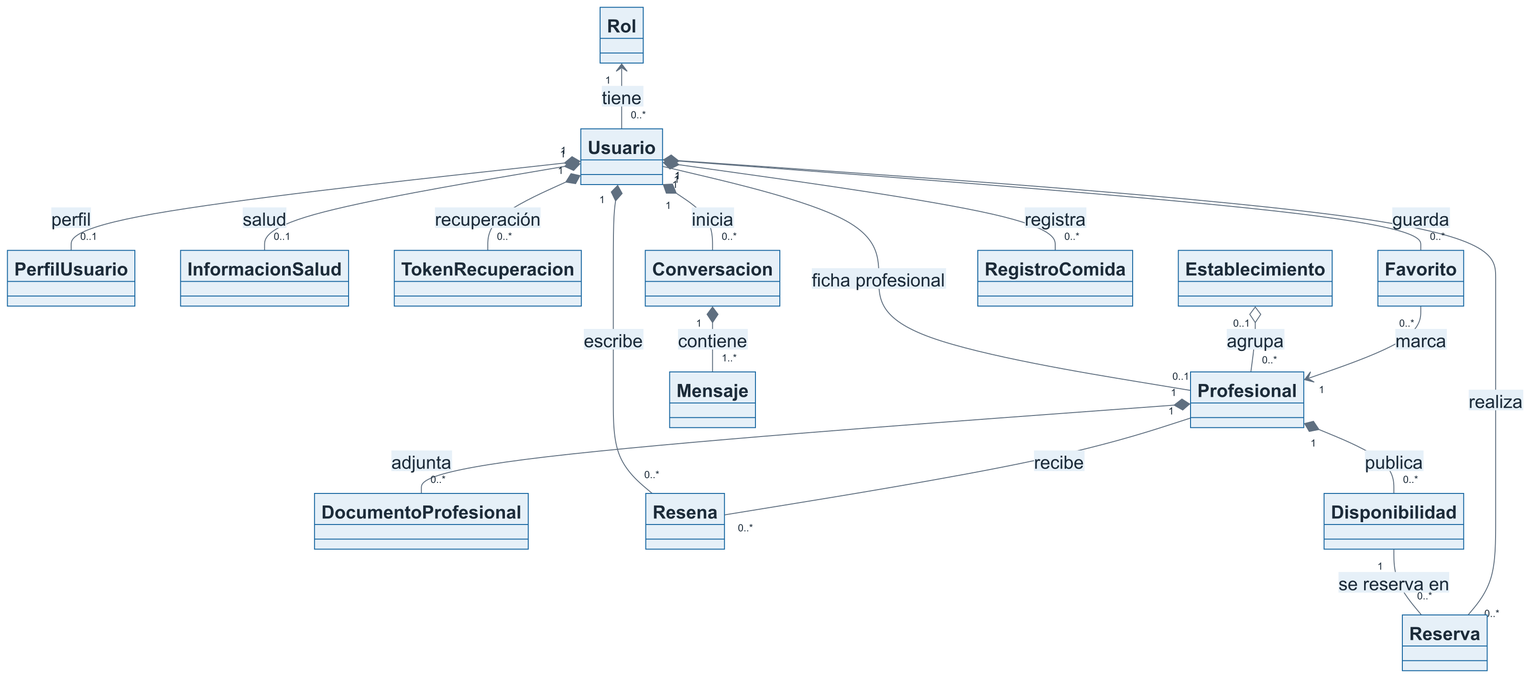
The Mermaid diagram FASE 2/Evidencias Proyecto/Evidencias de documentación/Diagramas (Miro)/Actualización Sprint 3/Presentacion_DAS/02_Diagrama_de_Clases_Resumen.png in rodriacr/FitSearch, before a commit. Its source is kept beside it as FASE 2/Evidencias Proyecto/Evidencias de documentación/Diagramas (Miro)/Actualización Sprint 3/Presentacion_DAS/02_Diagrama_de_Clases_Resumen.mmd.
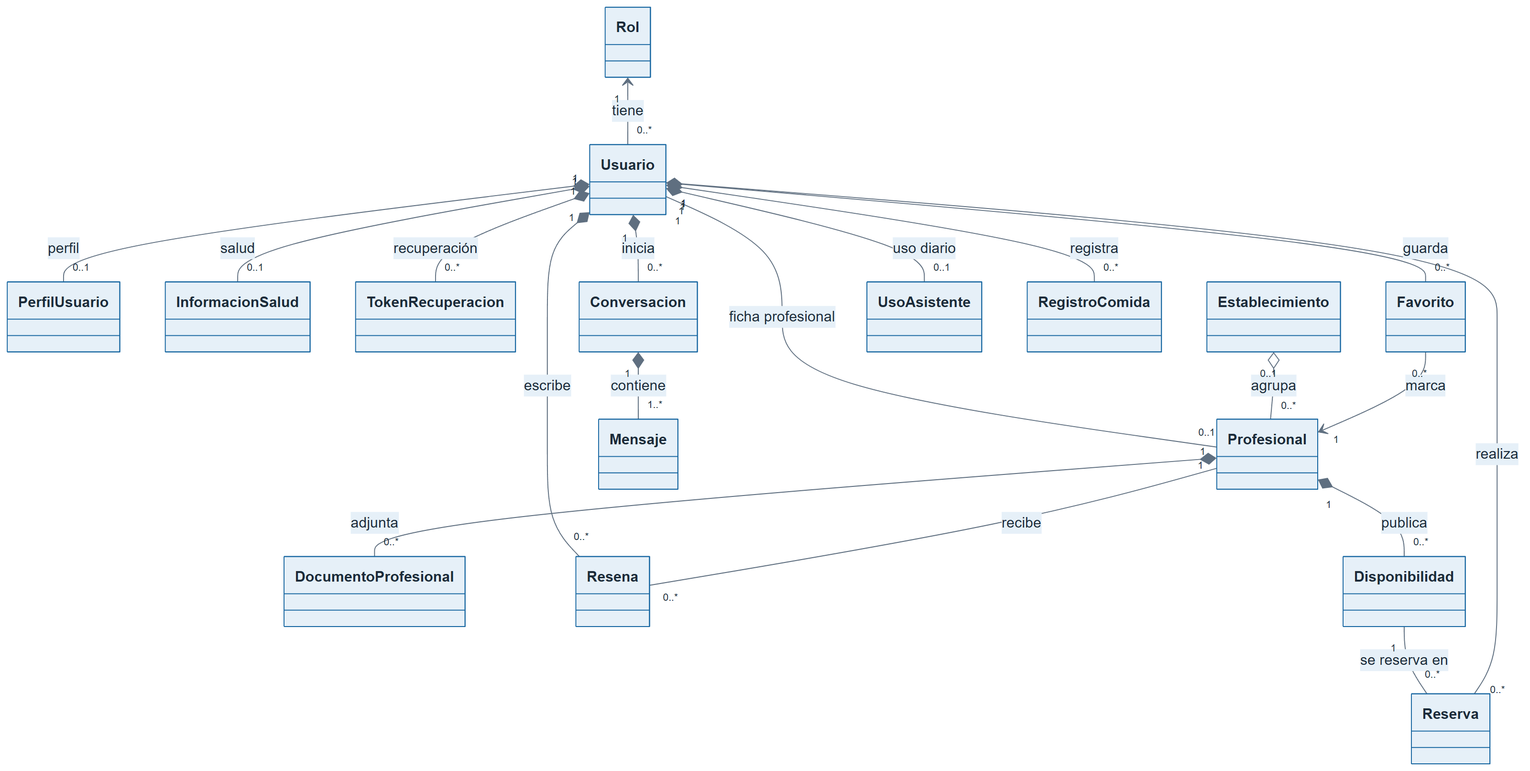
Later version of the same file.

Change to the diagram source:
```diff
@@ -14,6 +14,7 @@
   class Reserva
   class Conversacion
   class Mensaje
+  class UsoAsistente
   class RegistroComida
   Rol "1" <-- "0..*" Usuario : tiene
   Usuario "1" *-- "0..1" PerfilUsuario : perfil
@@ -26,6 +27,7 @@
   Usuario "1" -- "0..*" Reserva : realiza
   Usuario "1" *-- "0..*" Conversacion : inicia
   Conversacion "1" *-- "1..*" Mensaje : contiene
+  Usuario "1" *-- "0..1" UsoAsistente : uso diario
   Usuario "1" *-- "0..*" RegistroComida : registra
   Usuario "1" *-- "0..*" Favorito : guarda
   Favorito "0..*" --> "1" Profesional : marca
```
